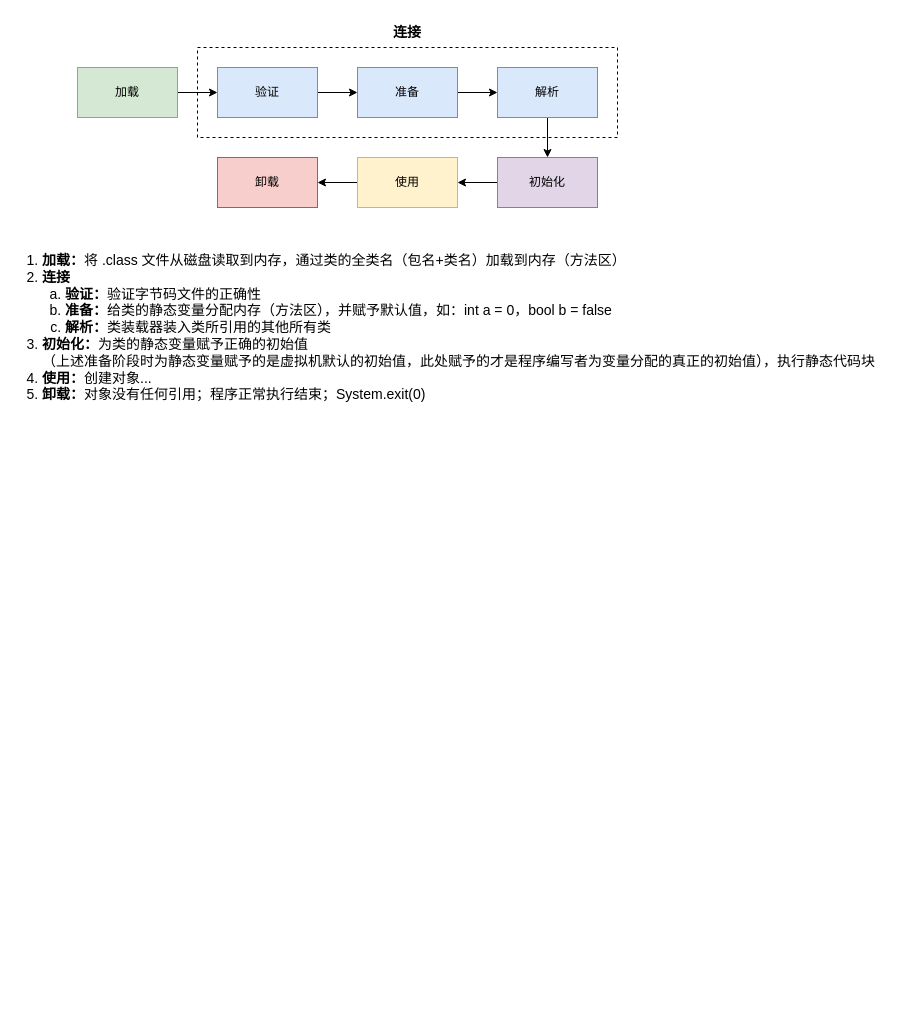
This is jvm/class-loader.drawio from thebesteric/draw.io, a draw.io file, before an edit. Source tidied: cells renumbered, new cells numbered last; positions are measured from the earlier drawing's top-left corner, leaving out a move shared by most shapes. Both pictures are drawn from the tidied source at 100%, with x=0, y=0 at pixel (17, 17).
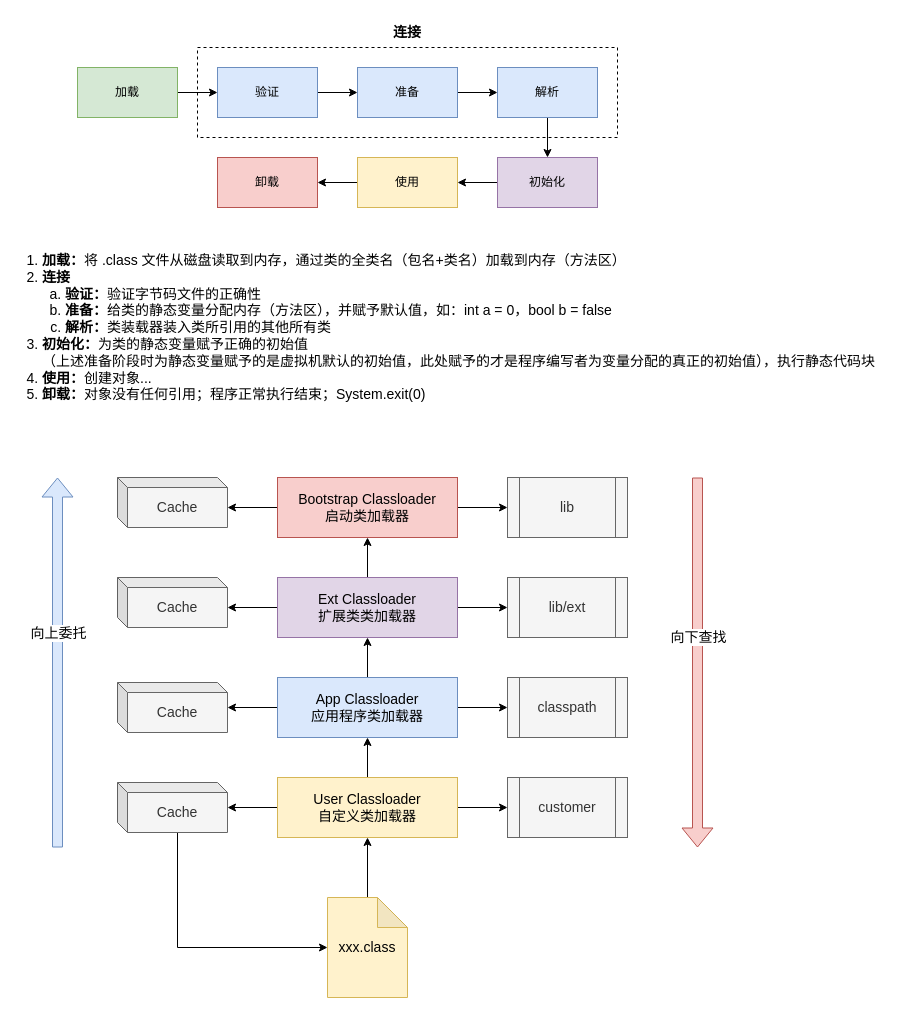
The same diagram, later.

Change to the diagram source:
```diff
@@
+    <mxCell id="18" style="edgeStyle=orthogonalEdgeStyle;rounded=0;jettySize=auto;html=1;exitX=0.5;exitY=0;exitDx=0;exitDy=0;entryX=0.5;entryY=1;entryDx=0;entryDy=0;fontSize=14;" parent="1" edge="1" source="21" target="25">
+      <mxGeometry relative="1" as="geometry" />
+    </mxCell>
+    <mxCell id="19" style="edgeStyle=orthogonalEdgeStyle;rounded=0;jettySize=auto;html=1;exitX=0;exitY=0.5;exitDx=0;exitDy=0;fontSize=14;" parent="1" edge="1" source="21" target="36">
+      <mxGeometry relative="1" as="geometry" />
+    </mxCell>
+    <mxCell id="20" style="edgeStyle=orthogonalEdgeStyle;rounded=0;jettySize=auto;html=1;exitX=1;exitY=0.5;exitDx=0;exitDy=0;entryX=0;entryY=0.5;entryDx=0;entryDy=0;fontSize=14;" parent="1" edge="1" source="21" target="43">
+      <mxGeometry relative="1" as="geometry" />
+    </mxCell>
+    <mxCell id="21" value="User Classloader&lt;br&gt;自定义类加载器" style="rounded=0;whiteSpace=wrap;html=1;fontSize=14;fillColor=#fff2cc;strokeColor=#d6b656;" parent="1" vertex="1">
+      <mxGeometry x="260" y="760" width="180" height="60" as="geometry" />
+    </mxCell>
+    <mxCell id="22" style="edgeStyle=orthogonalEdgeStyle;rounded=0;jettySize=auto;html=1;exitX=0.5;exitY=0;exitDx=0;exitDy=0;entryX=0.5;entryY=1;entryDx=0;entryDy=0;fontSize=14;" parent="1" edge="1" source="25" target="29">
+      <mxGeometry relative="1" as="geometry" />
+    </mxCell>
+    <mxCell id="23" style="edgeStyle=orthogonalEdgeStyle;rounded=0;jettySize=auto;html=1;exitX=0;exitY=0.5;exitDx=0;exitDy=0;fontSize=14;" parent="1" edge="1" source="25" target="37">
+      <mxGeometry relative="1" as="geometry" />
+    </mxCell>
+    <mxCell id="24" style="edgeStyle=orthogonalEdgeStyle;rounded=0;jettySize=auto;html=1;exitX=1;exitY=0.5;exitDx=0;exitDy=0;entryX=0;entryY=0.5;entryDx=0;entryDy=0;fontSize=14;" parent="1" edge="1" source="25" target="42">
+      <mxGeometry relative="1" as="geometry" />
+    </mxCell>
+    <mxCell id="25" value="App Classloader&lt;br&gt;应用程序类加载器" style="rounded=0;whiteSpace=wrap;html=1;fontSize=14;fillColor=#dae8fc;strokeColor=#6c8ebf;" parent="1" vertex="1">
+      <mxGeometry x="260" y="660" width="180" height="60" as="geometry" />
+    </mxCell>
+    <mxCell id="26" style="edgeStyle=orthogonalEdgeStyle;rounded=0;jettySize=auto;html=1;exitX=0.5;exitY=0;exitDx=0;exitDy=0;fontSize=14;" parent="1" edge="1" source="29" target="32">
+      <mxGeometry relative="1" as="geometry" />
+    </mxCell>
+    <mxCell id="27" style="edgeStyle=orthogonalEdgeStyle;rounded=0;jettySize=auto;html=1;exitX=0;exitY=0.5;exitDx=0;exitDy=0;entryX=0;entryY=0;entryDx=110;entryDy=30;entryPerimeter=0;fontSize=14;" parent="1" edge="1" source="29" target="38">
+      <mxGeometry relative="1" as="geometry" />
+    </mxCell>
+    <mxCell id="28" style="edgeStyle=orthogonalEdgeStyle;rounded=0;jettySize=auto;html=1;exitX=1;exitY=0.5;exitDx=0;exitDy=0;entryX=0;entryY=0.5;entryDx=0;entryDy=0;fontSize=14;" parent="1" edge="1" source="29" target="41">
+      <mxGeometry relative="1" as="geometry" />
+    </mxCell>
+    <mxCell id="29" value="Ext Classloader&lt;br&gt;扩展类类加载器" style="rounded=0;whiteSpace=wrap;html=1;fontSize=14;fillColor=#e1d5e7;strokeColor=#9673a6;" parent="1" vertex="1">
+      <mxGeometry x="260" y="560" width="180" height="60" as="geometry" />
+    </mxCell>
+    <mxCell id="30" style="edgeStyle=orthogonalEdgeStyle;rounded=0;jettySize=auto;html=1;exitX=0;exitY=0.5;exitDx=0;exitDy=0;entryX=0;entryY=0;entryDx=110;entryDy=30;entryPerimeter=0;fontSize=14;" parent="1" edge="1" source="32" target="39">
+      <mxGeometry relative="1" as="geometry" />
+    </mxCell>
+    <mxCell id="31" style="edgeStyle=orthogonalEdgeStyle;rounded=0;jettySize=auto;html=1;exitX=1;exitY=0.5;exitDx=0;exitDy=0;entryX=0;entryY=0.5;entryDx=0;entryDy=0;fontSize=14;" parent="1" edge="1" source="32" target="40">
+      <mxGeometry relative="1" as="geometry" />
+    </mxCell>
+    <mxCell id="32" value="Bootstrap Classloader&lt;br&gt;启动类加载器" style="rounded=0;whiteSpace=wrap;html=1;fontSize=14;fillColor=#f8cecc;strokeColor=#b85450;" parent="1" vertex="1">
+      <mxGeometry x="260" y="460" width="180" height="60" as="geometry" />
+    </mxCell>
+    <mxCell id="33" style="edgeStyle=orthogonalEdgeStyle;rounded=0;jettySize=auto;html=1;exitX=0.5;exitY=0;exitDx=0;exitDy=0;exitPerimeter=0;fontSize=14;" parent="1" edge="1" source="34" target="21">
+      <mxGeometry relative="1" as="geometry" />
+    </mxCell>
+    <mxCell id="34" value="xxx.class" style="shape=note;whiteSpace=wrap;html=1;backgroundOutline=1;darkOpacity=0.05;fontSize=14;fillColor=#fff2cc;strokeColor=#d6b656;" parent="1" vertex="1">
+      <mxGeometry x="310" y="880" width="80" height="100" as="geometry" />
+    </mxCell>
+    <mxCell id="35" style="edgeStyle=orthogonalEdgeStyle;rounded=0;jettySize=auto;html=1;exitX=0;exitY=0;exitDx=60;exitDy=50;exitPerimeter=0;entryX=0;entryY=0.5;entryDx=0;entryDy=0;entryPerimeter=0;fontSize=14;" parent="1" edge="1" source="36" target="34">
+      <mxGeometry relative="1" as="geometry" />
+    </mxCell>
+    <mxCell id="36" value="Cache" style="shape=cube;whiteSpace=wrap;html=1;boundedLbl=1;backgroundOutline=1;darkOpacity=0.05;darkOpacity2=0.1;fontSize=14;size=10;fillColor=#f5f5f5;fontColor=#333333;strokeColor=#666666;" parent="1" vertex="1">
+      <mxGeometry x="100" y="765" width="110" height="50" as="geometry" />
+    </mxCell>
+    <mxCell id="37" value="Cache" style="shape=cube;whiteSpace=wrap;html=1;boundedLbl=1;backgroundOutline=1;darkOpacity=0.05;darkOpacity2=0.1;fontSize=14;size=10;fillColor=#f5f5f5;fontColor=#333333;strokeColor=#666666;" parent="1" vertex="1">
+      <mxGeometry x="100" y="665" width="110" height="50" as="geometry" />
+    </mxCell>
+    <mxCell id="38" value="Cache" style="shape=cube;whiteSpace=wrap;html=1;boundedLbl=1;backgroundOutline=1;darkOpacity=0.05;darkOpacity2=0.1;fontSize=14;size=10;fillColor=#f5f5f5;fontColor=#333333;strokeColor=#666666;" parent="1" vertex="1">
+      <mxGeometry x="100" y="560" width="110" height="50" as="geometry" />
+    </mxCell>
+    <mxCell id="39" value="Cache" style="shape=cube;whiteSpace=wrap;html=1;boundedLbl=1;backgroundOutline=1;darkOpacity=0.05;darkOpacity2=0.1;fontSize=14;size=10;fillColor=#f5f5f5;fontColor=#333333;strokeColor=#666666;" parent="1" vertex="1">
+      <mxGeometry x="100" y="460" width="110" height="50" as="geometry" />
+    </mxCell>
+    <mxCell id="40" value="lib" style="shape=process;whiteSpace=wrap;html=1;backgroundOutline=1;fontSize=14;fillColor=#f5f5f5;fontColor=#333333;strokeColor=#666666;" parent="1" vertex="1">
+      <mxGeometry x="490" y="460" width="120" height="60" as="geometry" />
+    </mxCell>
+    <mxCell id="41" value="lib/ext" style="shape=process;whiteSpace=wrap;html=1;backgroundOutline=1;fontSize=14;fillColor=#f5f5f5;fontColor=#333333;strokeColor=#666666;" parent="1" vertex="1">
+      <mxGeometry x="490" y="560" width="120" height="60" as="geometry" />
+    </mxCell>
+    <mxCell id="42" value="classpath" style="shape=process;whiteSpace=wrap;html=1;backgroundOutline=1;fontSize=14;fillColor=#f5f5f5;fontColor=#333333;strokeColor=#666666;" parent="1" vertex="1">
+      <mxGeometry x="490" y="660" width="120" height="60" as="geometry" />
+    </mxCell>
+    <mxCell id="43" value="customer" style="shape=process;whiteSpace=wrap;html=1;backgroundOutline=1;fontSize=14;fillColor=#f5f5f5;fontColor=#333333;strokeColor=#666666;" parent="1" vertex="1">
+      <mxGeometry x="490" y="760" width="120" height="60" as="geometry" />
+    </mxCell>
+    <mxCell id="44" style="shape=flexArrow;endArrow=classic;html=1;rounded=0;fontSize=14;fillColor=#dae8fc;strokeColor=#6c8ebf;" parent="1" edge="1">
+      <mxGeometry relative="1" as="geometry">
+        <mxPoint x="40" y="830" as="sourcePoint" />
+        <mxPoint x="40" y="460" as="targetPoint" />
+      </mxGeometry>
+    </mxCell>
+    <mxCell id="45" value="向上委托" style="edgeLabel;html=1;align=center;verticalAlign=middle;fontSize=14;" parent="44" vertex="1">
+      <mxGeometry x="0.4" y="4" relative="1" as="geometry">
+        <mxPoint x="4" y="44" as="offset" />
+      </mxGeometry>
+    </mxCell>
+    <mxCell id="46" style="shape=flexArrow;endArrow=classic;html=1;rounded=0;fontSize=14;fillColor=#f8cecc;strokeColor=#b85450;" parent="1" edge="1">
+      <mxGeometry relative="1" as="geometry">
+        <mxPoint x="680" y="460" as="sourcePoint" />
+        <mxPoint x="680" y="830" as="targetPoint" />
+      </mxGeometry>
+    </mxCell>
+    <mxCell id="47" value="向下查找" style="edgeLabel;html=1;align=center;verticalAlign=middle;fontSize=14;" parent="46" vertex="1">
+      <mxGeometry x="0.4" y="4" relative="1" as="geometry">
+        <mxPoint x="-4" y="-100" as="offset" />
+      </mxGeometry>
+    </mxCell>
```
